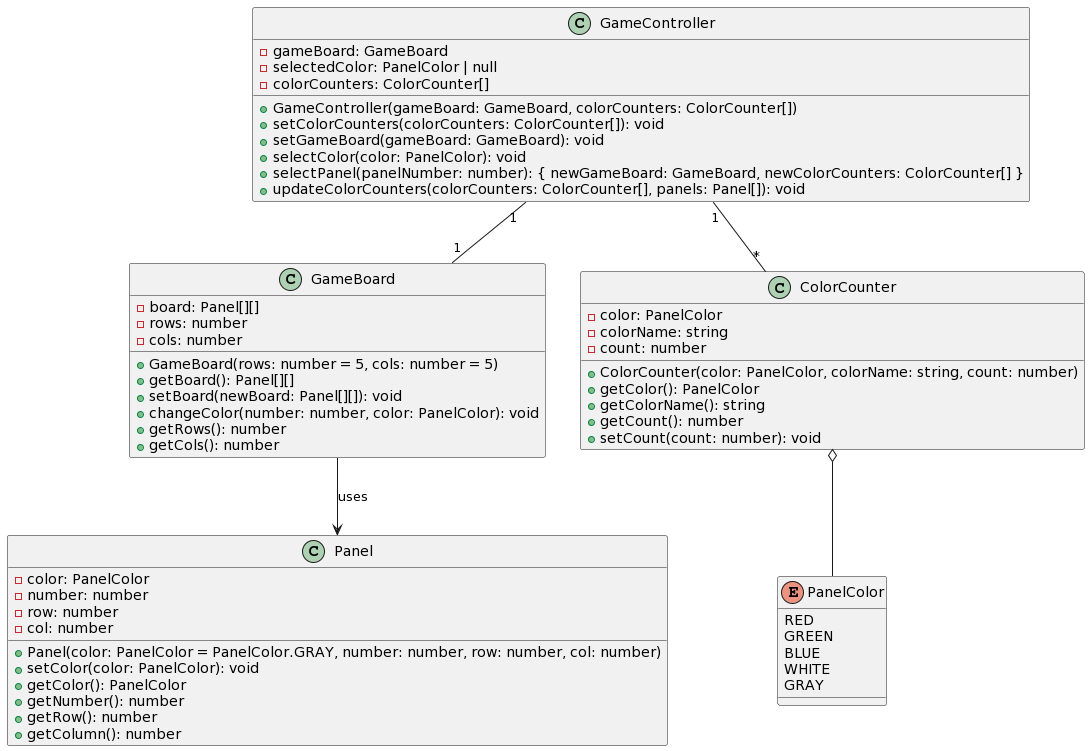
AkamatsuYuu1987/TS-Attack25 keeps this PlantUML diagram as docs/class-diagram.png. Above is the earlier version.
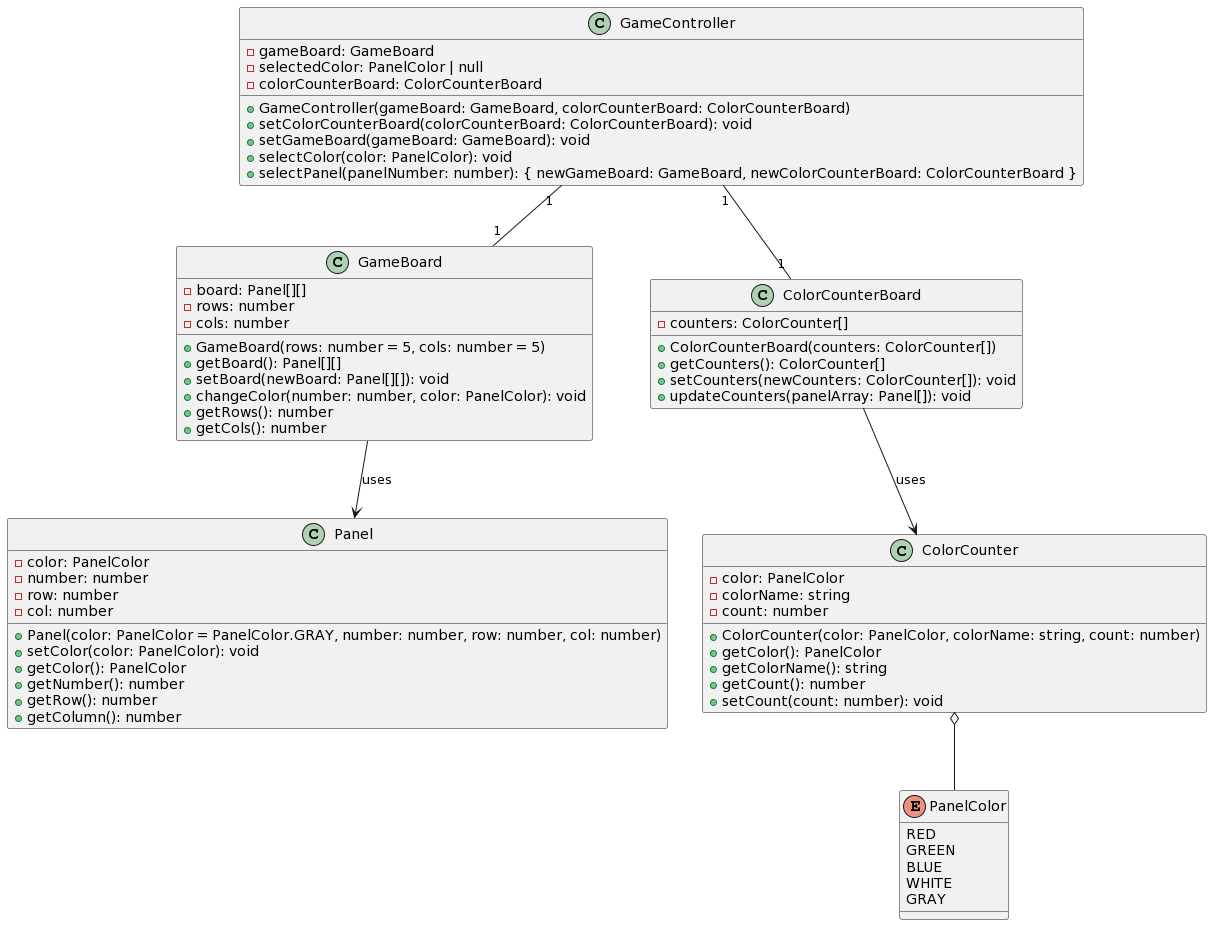
The same file after the commit.

What changed in the source:
```diff
@@ -35,13 +35,12 @@
 class GameController {
   - gameBoard: GameBoard
   - selectedColor: PanelColor | null
-  - colorCounters: ColorCounter[]
-  + GameController(gameBoard: GameBoard, colorCounters: ColorCounter[])
-  + setColorCounters(colorCounters: ColorCounter[]): void
+  - colorCounterBoard: ColorCounterBoard
+  + GameController(gameBoard: GameBoard, colorCounterBoard: ColorCounterBoard)
+  + setColorCounterBoard(colorCounterBoard: ColorCounterBoard): void
   + setGameBoard(gameBoard: GameBoard): void
   + selectColor(color: PanelColor): void
-  + selectPanel(panelNumber: number): { newGameBoard: GameBoard, newColorCounters: ColorCounter[] }
-  + updateColorCounters(colorCounters: ColorCounter[], panels: Panel[]): void
+  + selectPanel(panelNumber: number): { newGameBoard: GameBoard, newColorCounterBoard: ColorCounterBoard }
 }
 
 class ColorCounter {
@@ -55,8 +54,17 @@
   + setCount(count: number): void
 }
 
+class ColorCounterBoard {
+  - counters: ColorCounter[]
+  + ColorCounterBoard(counters: ColorCounter[])
+  + getCounters(): ColorCounter[]
+  + setCounters(newCounters: ColorCounter[]): void
+  + updateCounters(panelArray: Panel[]): void
+}
+
 GameBoard --> Panel: uses
 GameController "1" -- "1" GameBoard
-GameController "1" -- "*" ColorCounter
+GameController "1" -- "1" ColorCounterBoard
+ColorCounterBoard --> ColorCounter: uses
 ColorCounter o-- PanelColor
 @enduml
```
